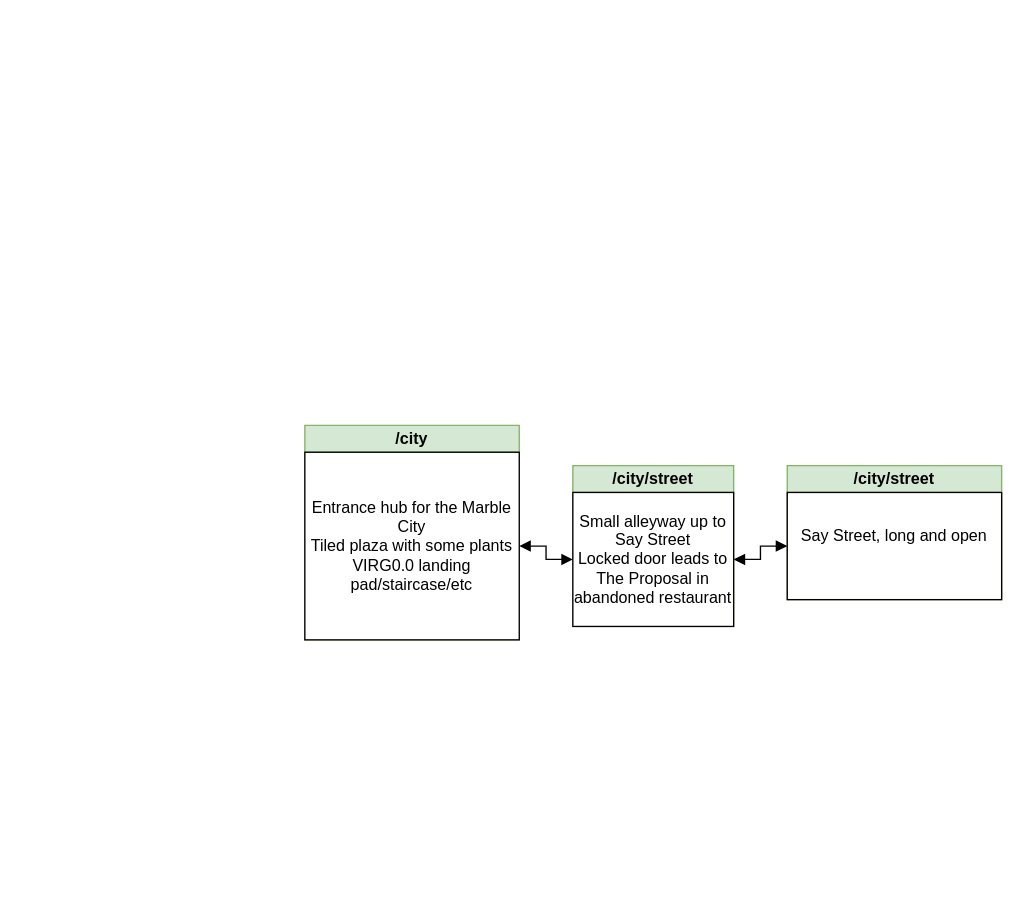
Above: misc/Untitled Diagram.drawio in PrestoPesto/prestopesto.github.io (draw.io), before the change. Source tidied: cells renumbered, new cells numbered last; positions are measured from the earlier drawing's top-left corner, leaving out a move shared by most shapes. Both pictures are drawn from the tidied source at 134%, with x=0, y=0 at pixel (304, 425).
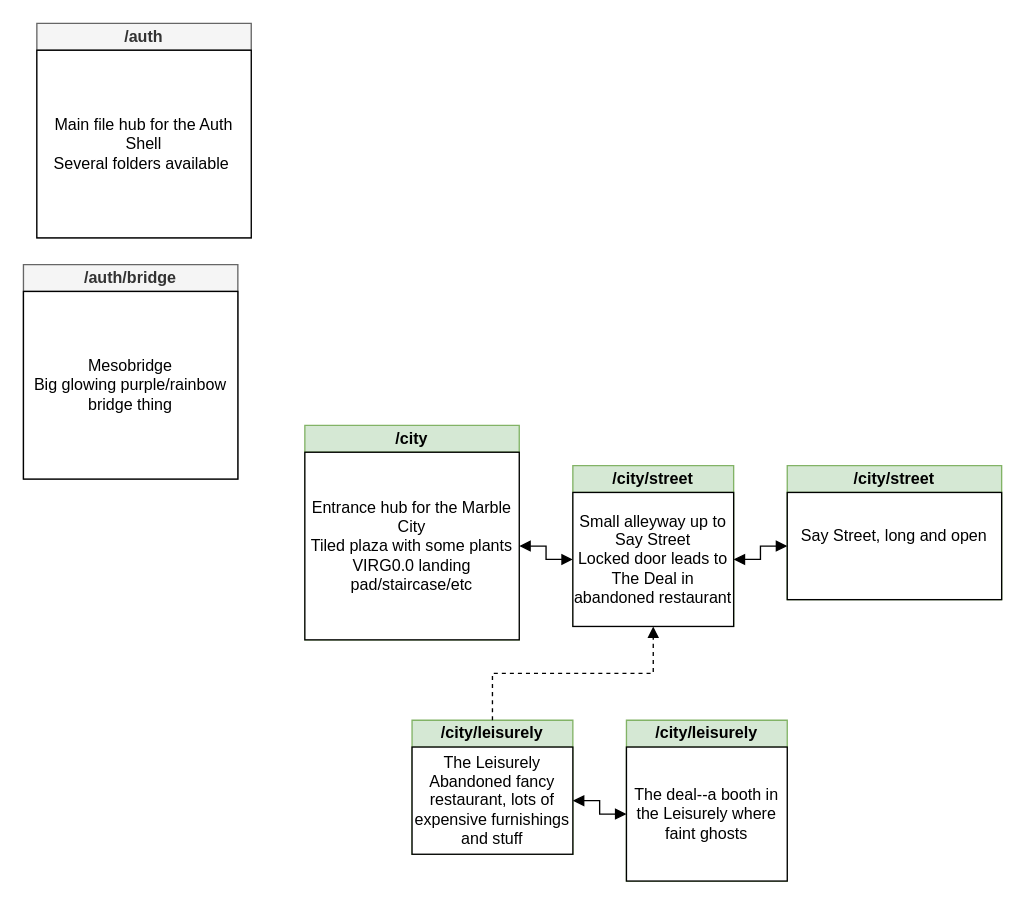
The same diagram, later.

Unchanged cells that the change refers to:
```xml
<mxCell id="4" value="/city/street" style="swimlane;whiteSpace=wrap;html=1;startSize=20;fillColor=#d5e8d4;strokeColor=#82b366;" parent="1" vertex="1">
  <mxGeometry x="200" y="30" width="120" height="120" as="geometry" />
</mxCell>
```

Change to the diagram source:
```diff
@@
-    <mxCell id="5" value="&lt;span style=&quot;background-color: initial;&quot;&gt;Small alleyway up to Say Street&lt;/span&gt;&lt;br&gt;&lt;span style=&quot;background-color: initial;&quot;&gt;Locked door leads to The Proposal in abandoned restaurant&lt;/span&gt;" style="rounded=0;whiteSpace=wrap;html=1;" parent="4" vertex="1">
+    <mxCell id="5" value="&lt;span style=&quot;background-color: initial;&quot;&gt;Small alleyway up to Say Street&lt;/span&gt;&lt;br&gt;&lt;span style=&quot;background-color: initial;&quot;&gt;Locked door leads to The Deal in abandoned restaurant&lt;/span&gt;" style="rounded=0;whiteSpace=wrap;html=1;" parent="4" vertex="1">
       <mxGeometry y="20" width="120" height="100" as="geometry" />
     </mxCell>
@@
+    <mxCell id="10" value="/city/leisurely" style="swimlane;whiteSpace=wrap;html=1;startSize=20;fillColor=#d5e8d4;strokeColor=#82b366;" parent="1" vertex="1">
+      <mxGeometry x="80" y="220" width="120" height="100" as="geometry" />
+    </mxCell>
+    <mxCell id="11" value="&lt;div&gt;The Leisurely&lt;/div&gt;Abandoned fancy restaurant, lots of expensive furnishings and stuff" style="rounded=0;whiteSpace=wrap;html=1;" parent="10" vertex="1">
+      <mxGeometry y="20" width="120" height="80" as="geometry" />
+    </mxCell>
+    <mxCell id="12" style="edgeStyle=orthogonalEdgeStyle;rounded=0;orthogonalLoop=1;jettySize=auto;html=1;exitX=0.5;exitY=1;exitDx=0;exitDy=0;strokeColor=default;strokeWidth=1;align=center;verticalAlign=middle;fontFamily=Helvetica;fontSize=11;fontColor=default;labelBackgroundColor=default;startArrow=block;startFill=1;endArrow=block;endFill=1;" parent="10" edge="1" source="11" target="11">
+      <mxGeometry relative="1" as="geometry" />
+    </mxCell>
+    <mxCell id="13" style="edgeStyle=orthogonalEdgeStyle;rounded=0;orthogonalLoop=1;jettySize=auto;html=1;exitX=0.5;exitY=1;exitDx=0;exitDy=0;strokeColor=default;strokeWidth=1;align=center;verticalAlign=middle;fontFamily=Helvetica;fontSize=11;fontColor=default;labelBackgroundColor=default;startArrow=block;startFill=1;endArrow=block;endFill=1;" parent="10" edge="1" source="11" target="11">
+      <mxGeometry relative="1" as="geometry" />
+    </mxCell>
+    <mxCell id="14" style="edgeStyle=orthogonalEdgeStyle;rounded=0;jettySize=auto;html=1;exitX=0.5;exitY=0;exitDx=0;exitDy=0;entryX=0.5;entryY=1;entryDx=0;entryDy=0;strokeColor=default;strokeWidth=1;align=center;verticalAlign=middle;fontFamily=Helvetica;fontSize=11;fontColor=default;labelBackgroundColor=default;startArrow=none;startFill=0;endArrow=block;endFill=1;dashed=1;" parent="1" edge="1" source="10" target="5">
+      <mxGeometry relative="1" as="geometry" />
+    </mxCell>
+    <mxCell id="15" value="/city/leisurely" style="swimlane;whiteSpace=wrap;html=1;startSize=20;fillColor=#d5e8d4;strokeColor=#82b366;" parent="1" vertex="1">
+      <mxGeometry x="240" y="220" width="120" height="120" as="geometry" />
+    </mxCell>
+    <mxCell id="16" value="The deal--a&lt;span style=&quot;background-color: initial;&quot;&gt;&amp;nbsp;booth in the Leisurely where faint ghosts&lt;/span&gt;" style="rounded=0;whiteSpace=wrap;html=1;" parent="15" vertex="1">
+      <mxGeometry y="20" width="120" height="100" as="geometry" />
+    </mxCell>
+    <mxCell id="17" style="edgeStyle=orthogonalEdgeStyle;rounded=0;jettySize=auto;html=1;exitX=1;exitY=0.5;exitDx=0;exitDy=0;entryX=0;entryY=0.5;entryDx=0;entryDy=0;strokeColor=default;strokeWidth=1;align=center;verticalAlign=middle;fontFamily=Helvetica;fontSize=11;fontColor=default;labelBackgroundColor=default;startArrow=block;startFill=1;endArrow=block;endFill=1;" parent="1" edge="1" source="11" target="16">
+      <mxGeometry relative="1" as="geometry" />
+    </mxCell>
+    <mxCell id="18" value="/auth" style="swimlane;whiteSpace=wrap;html=1;startSize=20;fillColor=#f5f5f5;fontColor=#333333;strokeColor=#666666;" parent="1" vertex="1">
+      <mxGeometry x="-200" y="-300" width="160" height="160" as="geometry" />
+    </mxCell>
+    <mxCell id="19" value="&lt;div style=&quot;&quot;&gt;Main file hub for the Auth Shell&lt;/div&gt;&lt;div style=&quot;&quot;&gt;Several folders available&amp;nbsp;&lt;/div&gt;" style="rounded=0;whiteSpace=wrap;html=1;align=center;" parent="18" vertex="1">
+      <mxGeometry y="20" width="160" height="140" as="geometry" />
+    </mxCell>
+    <mxCell id="20" value="/auth/bridge" style="swimlane;whiteSpace=wrap;html=1;startSize=20;fillColor=#f5f5f5;fontColor=#333333;strokeColor=#666666;" parent="1" vertex="1">
+      <mxGeometry x="-210" y="-120" width="160" height="160" as="geometry" />
+    </mxCell>
+    <mxCell id="21" value="&lt;div style=&quot;&quot;&gt;Mesobridge&lt;/div&gt;&lt;div style=&quot;&quot;&gt;Big glowing purple/rainbow bridge thing&lt;/div&gt;" style="rounded=0;whiteSpace=wrap;html=1;align=center;" parent="20" vertex="1">
+      <mxGeometry y="20" width="160" height="140" as="geometry" />
+    </mxCell>
```
